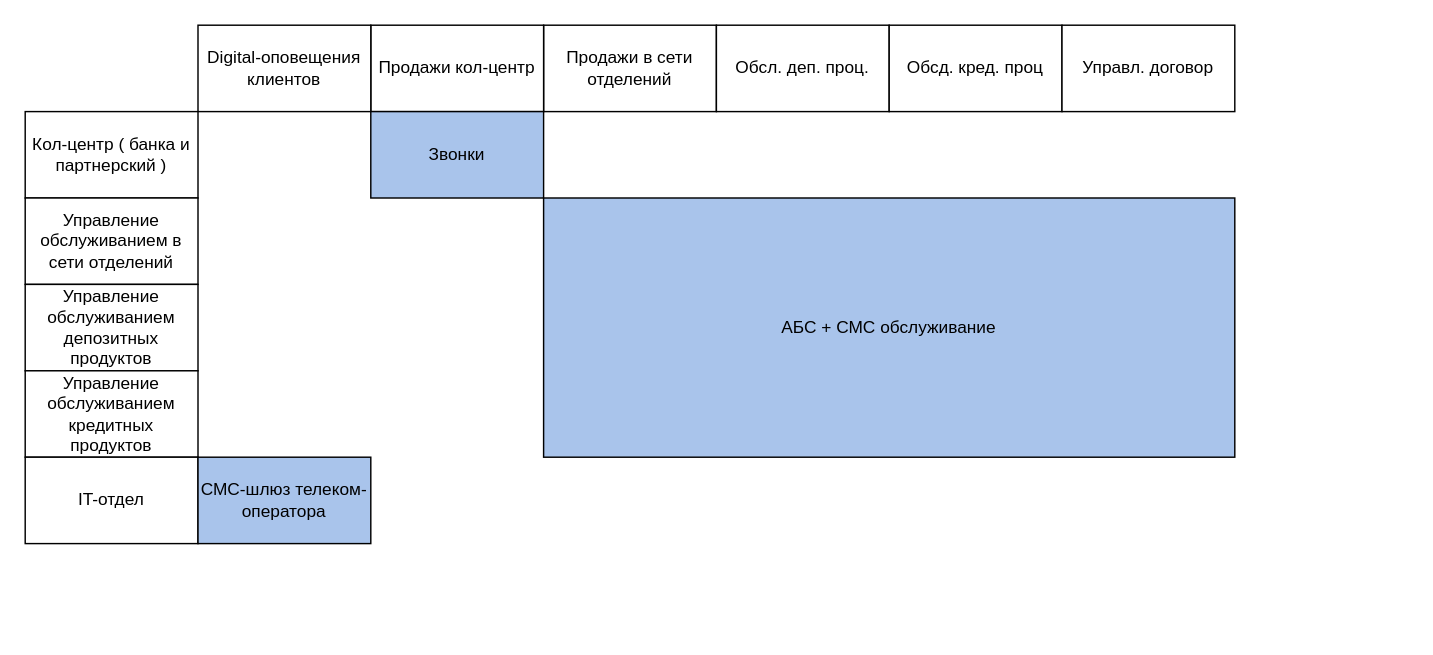
baranovilyaserg/architecture-pro-standart keeps this draw.io diagram as Task1/it_landscape.drawio. Above is the earlier version. Source tidied: cells renumbered, new cells numbered last; positions are measured from the earlier drawing's top-left corner, leaving out a move shared by most shapes. Both pictures are drawn from the tidied source at 144%, with x=0, y=0 at pixel (24, 24).
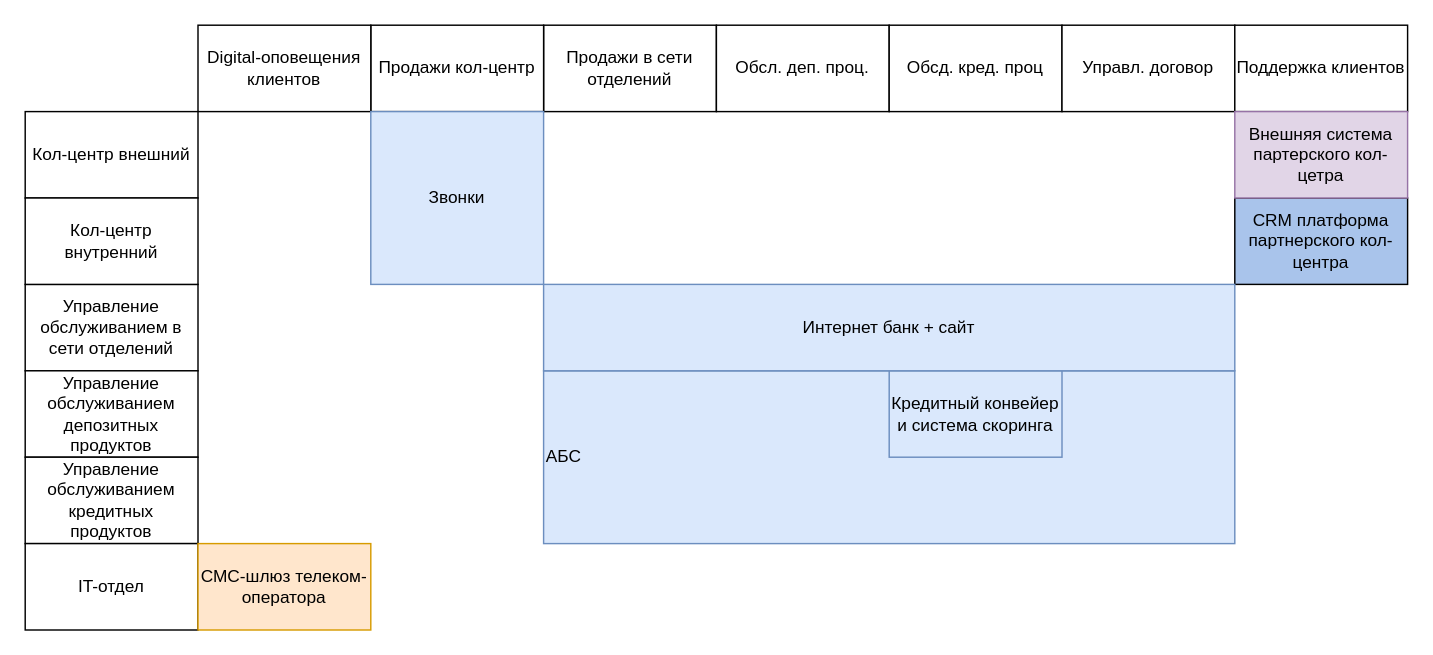
The same diagram, later.

The edit, as a diff of the source:
```diff
@@
-    <mxCell id="8" value="Кол-центр ( банка и партнерский )" style="rounded=0;whiteSpace=wrap;html=1;" parent="1" vertex="1">
+    <mxCell id="8" value="Кол-центр внешний" style="rounded=0;whiteSpace=wrap;html=1;" parent="1" vertex="1">
       <mxGeometry y="60" width="120" height="60" as="geometry" />
     </mxCell>
     <mxCell id="9" value="Управление обслуживанием в сети отделений" style="rounded=0;whiteSpace=wrap;html=1;" parent="1" vertex="1">
-      <mxGeometry y="120" width="120" height="60" as="geometry" />
+      <mxGeometry y="180" width="120" height="60" as="geometry" />
     </mxCell>
     <mxCell id="10" value="Управление обслуживанием депозитных продуктов" style="rounded=0;whiteSpace=wrap;html=1;" parent="1" vertex="1">
-      <mxGeometry y="180" width="120" height="60" as="geometry" />
+      <mxGeometry y="240" width="120" height="60" as="geometry" />
     </mxCell>
     <mxCell id="11" value="Управление обслуживанием кредитных продуктов" style="rounded=0;whiteSpace=wrap;html=1;" parent="1" vertex="1">
-      <mxGeometry y="240" width="120" height="60" as="geometry" />
+      <mxGeometry y="300" width="120" height="60" as="geometry" />
     </mxCell>
-    <mxCell id="12" value="Звонки" style="rounded=0;whiteSpace=wrap;html=1;fillColor=#A9C4EB;" parent="1" vertex="1">
-      <mxGeometry x="240" y="60" width="120" height="60" as="geometry" />
+    <mxCell id="12" value="Звонки" style="rounded=0;whiteSpace=wrap;html=1;fillColor=#dae8fc;strokeColor=#6c8ebf;" parent="1" vertex="1">
+      <mxGeometry x="240" y="60" width="120" height="120" as="geometry" />
     </mxCell>
     <mxCell id="13" value="IT-отдел" style="rounded=0;whiteSpace=wrap;html=1;" parent="1" vertex="1">
-      <mxGeometry y="300" width="120" height="60" as="geometry" />
+      <mxGeometry y="360" width="120" height="60" as="geometry" />
     </mxCell>
-    <mxCell id="14" value="СМС-шлюз телеком-оператора" style="rounded=0;whiteSpace=wrap;html=1;fillColor=#A9C4EB;" parent="1" vertex="1">
-      <mxGeometry x="120" y="300" width="120" height="60" as="geometry" />
+    <mxCell id="14" value="СМС-шлюз телеком-оператора" style="rounded=0;whiteSpace=wrap;html=1;fillColor=#ffe6cc;strokeColor=#d79b00;" parent="1" vertex="1">
+      <mxGeometry x="120" y="360" width="120" height="60" as="geometry" />
     </mxCell>
-    <mxCell id="15" value="АБС + СМС обслуживание" style="rounded=0;whiteSpace=wrap;html=1;fillColor=#A9C4EB;" parent="1" vertex="1">
-      <mxGeometry x="360" y="120" width="480" height="180" as="geometry" />
+    <mxCell id="15" value="АБС" style="rounded=0;whiteSpace=wrap;html=1;fillColor=#dae8fc;align=left;strokeColor=#6c8ebf;" parent="1" vertex="1">
+      <mxGeometry x="360" y="240" width="480" height="120" as="geometry" />
     </mxCell>
+    <mxCell id="16" value="Поддержка клиентов" style="rounded=0;whiteSpace=wrap;html=1;" parent="1" vertex="1">
+      <mxGeometry x="840" width="120" height="60" as="geometry" />
+    </mxCell>
+    <mxCell id="17" value="CRM платформа&lt;div&gt;партнерского кол-центра&lt;/div&gt;" style="rounded=0;whiteSpace=wrap;html=1;fillColor=#A9C4EB;" parent="1" vertex="1">
+      <mxGeometry x="840" y="120" width="120" height="60" as="geometry" />
+    </mxCell>
+    <mxCell id="18" value="Кредитный конвейер и система скоринга" style="rounded=0;whiteSpace=wrap;html=1;fillColor=#dae8fc;strokeColor=#6c8ebf;" parent="1" vertex="1">
+      <mxGeometry x="600" y="240" width="120" height="60" as="geometry" />
+    </mxCell>
+    <mxCell id="19" value="Кол-центр внутренний" style="rounded=0;whiteSpace=wrap;html=1;" parent="1" vertex="1">
+      <mxGeometry y="120" width="120" height="60" as="geometry" />
+    </mxCell>
+    <mxCell id="20" value="Интернет банк + сайт" style="rounded=0;whiteSpace=wrap;html=1;fillColor=#dae8fc;strokeColor=#6c8ebf;" parent="1" vertex="1">
+      <mxGeometry x="360" y="180" width="480" height="60" as="geometry" />
+    </mxCell>
+    <mxCell id="21" value="Внешняя система партерского кол-цетра" style="rounded=0;whiteSpace=wrap;html=1;fillColor=#e1d5e7;strokeColor=#9673a6;" parent="1" vertex="1">
+      <mxGeometry x="840" y="60" width="120" height="60" as="geometry" />
+    </mxCell>
```
